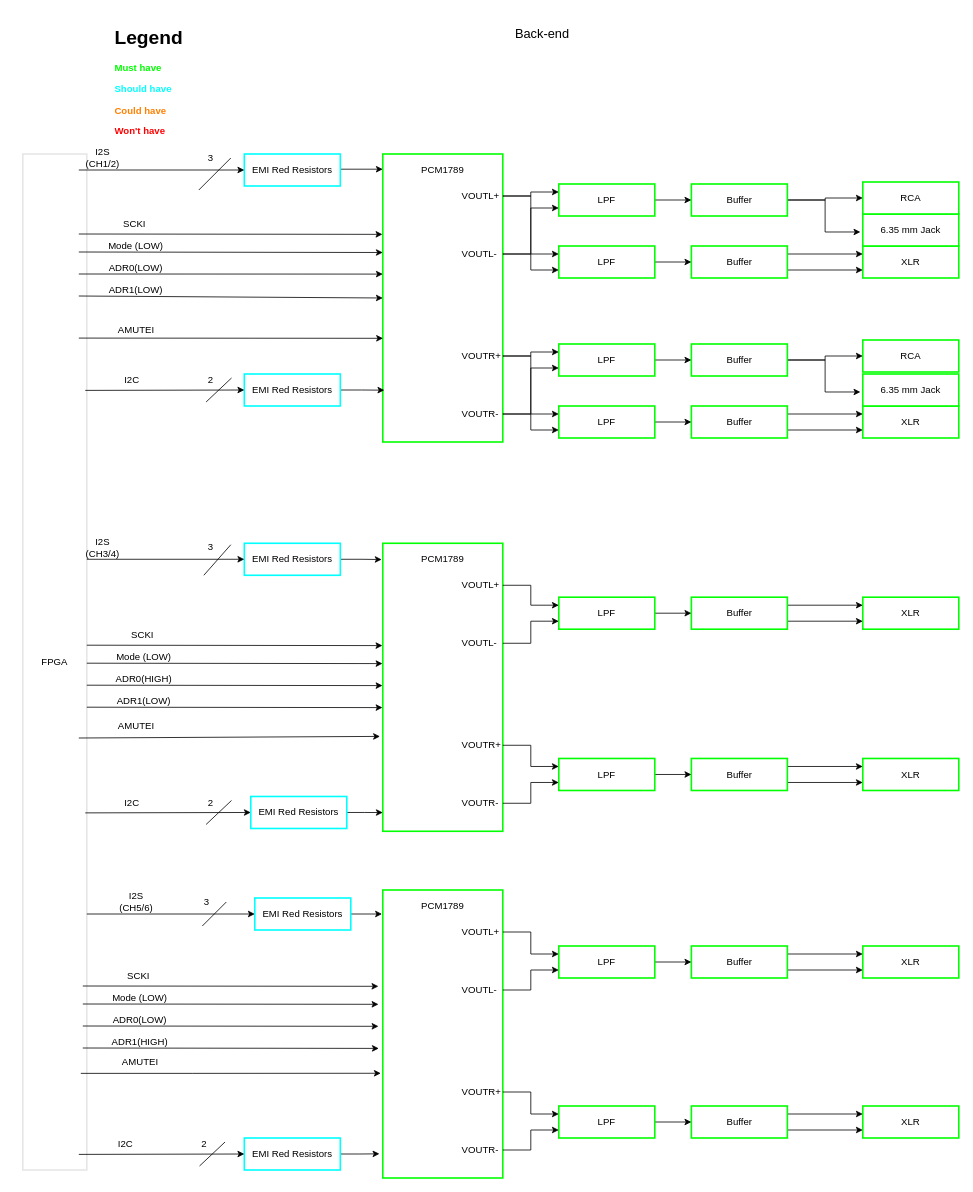
Above: page "Back-end" (1 of 3) of Block diagrams/System design/Back-end.drawio in HeinVerhallen/Audio-DSP (draw.io), before the change. Source tidied: cells renumbered, new cells numbered last; positions are measured from the earlier drawing's top-left corner, leaving out a move shared by most shapes. Both pictures are drawn from the tidied source at 80%, with x=0, y=0 at pixel (22, 22).
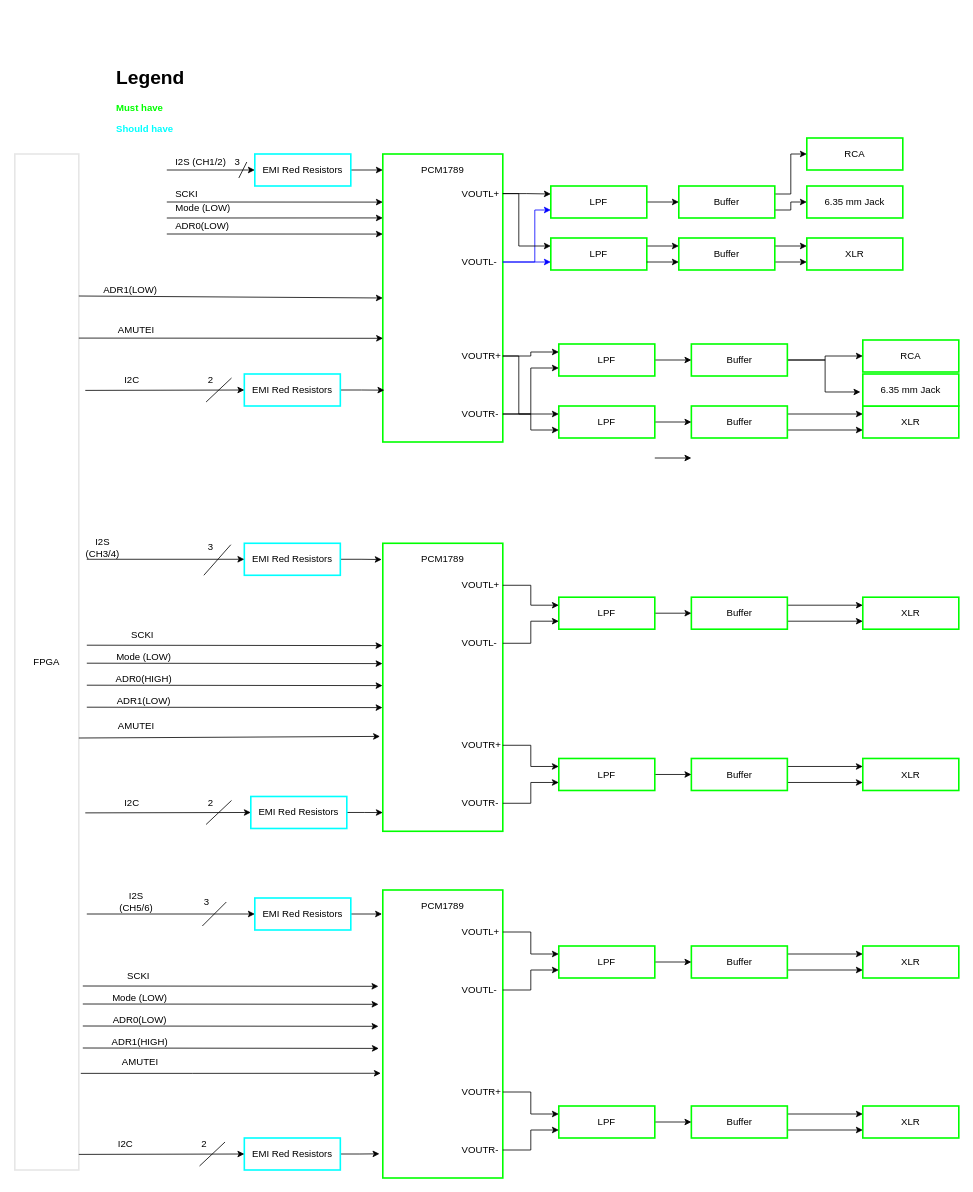
The same page after the edit.

Commit message:
Made some smal recomendations

Unchanged cells that the change refers to:
```xml
<mxCell id="5" value="&lt;div&gt;&lt;br&gt;&lt;br&gt;&lt;p class=&quot;MsoNormal&quot;&gt;&lt;br&gt;&lt;/p&gt;&lt;br&gt;&lt;/div&gt;" style="rounded=0;whiteSpace=wrap;html=1;strokeColor=#00FF00;strokeWidth=2;" parent="1" vertex="1">
  <mxGeometry x="450" y="165" width="150" height="360" as="geometry" />
</mxCell>
<mxCell id="89" value="LPF" style="rounded=0;whiteSpace=wrap;html=1;strokeColor=#00FF00;strokeWidth=2;" parent="1" vertex="1">
  <mxGeometry x="670" y="480" width="120" height="40" as="geometry" />
</mxCell>
<mxCell id="95" value="VOUTR+" style="text;html=1;strokeColor=none;fillColor=none;align=left;verticalAlign=middle;whiteSpace=wrap;rounded=0;" parent="1" vertex="1">
  <mxGeometry x="547" y="410" width="53" height="15" as="geometry" />
</mxCell>
```

Diff of the diagram source:
```diff
@@
-    <mxCell id="2" value="Back-end" style="text;html=1;strokeColor=none;fillColor=none;align=center;verticalAlign=middle;whiteSpace=wrap;rounded=0;dashed=1;fontSize=16;" parent="1" vertex="1">
-      <mxGeometry x="607" y="5" width="85" height="20" as="geometry" />
-    </mxCell>
-    <mxCell id="3" value="&lt;h1&gt;Legend&lt;/h1&gt;&lt;p&gt;&lt;font color=&quot;#00ff00&quot;&gt;&lt;b&gt;Must have&lt;/b&gt;&lt;/font&gt;&lt;/p&gt;&lt;p&gt;&lt;font color=&quot;#00ffff&quot;&gt;&lt;b&gt;Should have&lt;/b&gt;&lt;/font&gt;&lt;/p&gt;&lt;p&gt;&lt;font color=&quot;#ff8000&quot;&gt;&lt;b&gt;Could have&lt;/b&gt;&lt;/font&gt;&lt;/p&gt;&lt;p&gt;&lt;font color=&quot;#ff0000&quot;&gt;&lt;b&gt;Won't have&lt;/b&gt;&lt;/font&gt;&lt;/p&gt;" style="text;html=1;strokeColor=none;fillColor=none;spacing=5;spacingTop=-20;whiteSpace=wrap;overflow=hidden;rounded=0;" parent="1" vertex="1">
-      <mxGeometry x="110" width="100" height="155" as="geometry" />
+    <mxCell id="3" value="&lt;h1&gt;Legend&lt;/h1&gt;&lt;p&gt;&lt;font color=&quot;#00ff00&quot;&gt;&lt;b&gt;Must have&lt;/b&gt;&lt;/font&gt;&lt;/p&gt;&lt;p&gt;&lt;font color=&quot;#00ffff&quot;&gt;&lt;b&gt;Should have&lt;/b&gt;&lt;/font&gt;&lt;/p&gt;" style="text;html=1;strokeColor=none;fillColor=none;spacing=5;spacingTop=-20;whiteSpace=wrap;overflow=hidden;rounded=0;" parent="1" vertex="1">
+      <mxGeometry x="111.9" y="50" width="100" height="105" as="geometry" />
     </mxCell>
     <mxCell id="4" value="FPGA" style="text;html=1;strokeColor=#E6E6E6;fillColor=none;align=center;verticalAlign=middle;whiteSpace=wrap;rounded=0;strokeWidth=2;" parent="1" vertex="1">
-      <mxGeometry y="165" width="80" height="1270" as="geometry" />
+      <mxGeometry x="-10" y="165" width="80" height="1270" as="geometry" />
     </mxCell>
@@
     <mxCell id="6" style="edgeStyle=orthogonalEdgeStyle;rounded=0;jettySize=auto;html=1;fontColor=#000000;" parent="1" edge="1" source="7">
       <mxGeometry relative="1" as="geometry">
-        <mxPoint x="450" y="184" as="targetPoint" />
+        <mxPoint x="450" y="185" as="targetPoint" />
         <Array as="points">
           <mxPoint x="450" y="185" />
         </Array>
       </mxGeometry>
     </mxCell>
     <mxCell id="7" value="EMI Red Resistors" style="rounded=0;whiteSpace=wrap;html=1;strokeColor=#00FFFF;strokeWidth=2;" parent="1" vertex="1">
-      <mxGeometry x="276.9" y="165" width="120" height="40" as="geometry" />
+      <mxGeometry x="290" y="165" width="120" height="40" as="geometry" />
     </mxCell>
     <mxCell id="8" style="endArrow=classic;html=1;rounded=0;fontColor=#000000;entryX=0;entryY=0.5;entryDx=0;entryDy=0;" parent="1" edge="1" target="7">
       <mxGeometry relative="1" as="geometry">
-        <mxPoint x="70" y="185" as="sourcePoint" />
+        <mxPoint x="180" y="185" as="sourcePoint" />
       </mxGeometry>
     </mxCell>
-    <mxCell id="9" value="I2S (CH1/2)" style="text;html=1;strokeColor=none;fillColor=none;align=center;verticalAlign=middle;whiteSpace=wrap;rounded=0;fontColor=#000000;" parent="1" vertex="1">
-      <mxGeometry x="70" y="155" width="60" height="30" as="geometry" />
+    <mxCell id="9" value="I2S (CH1/2)" style="text;html=1;strokeColor=none;fillColor=none;align=left;verticalAlign=middle;whiteSpace=wrap;rounded=0;fontColor=#000000;" parent="1" vertex="1">
+      <mxGeometry x="189.4" y="165" width="70.6" height="20" as="geometry" />
     </mxCell>
-    <mxCell id="10" value="Mode (LOW)" style="text;html=1;strokeColor=none;fillColor=none;align=center;verticalAlign=middle;whiteSpace=wrap;rounded=0;fontColor=#000000;" parent="1" vertex="1">
-      <mxGeometry x="99.4" y="272.5" width="85" height="15" as="geometry" />
+    <mxCell id="10" value="Mode (LOW)" style="text;html=1;strokeColor=none;fillColor=none;align=left;verticalAlign=middle;whiteSpace=wrap;rounded=0;fontColor=#000000;" parent="1" vertex="1">
+      <mxGeometry x="189.4" y="225" width="85" height="15" as="geometry" />
     </mxCell>
-    <mxCell id="11" value="SCKI&amp;nbsp;" style="text;html=1;strokeColor=none;fillColor=none;align=center;verticalAlign=middle;whiteSpace=wrap;rounded=0;fontColor=#000000;" parent="1" vertex="1">
-      <mxGeometry x="99.4" y="245" width="85" height="15" as="geometry" />
+    <mxCell id="11" value="SCKI&amp;nbsp;" style="text;html=1;strokeColor=none;fillColor=none;align=left;verticalAlign=middle;whiteSpace=wrap;rounded=0;fontColor=#000000;" parent="1" vertex="1">
+      <mxGeometry x="189.4" y="205" width="85" height="20" as="geometry" />
     </mxCell>
@@
-    <mxCell id="20" value="ADR1(LOW)" style="text;html=1;strokeColor=none;fillColor=none;align=center;verticalAlign=middle;whiteSpace=wrap;rounded=0;fontColor=#000000;" parent="1" vertex="1">
+    <mxCell id="20" value="ADR1(LOW)" style="text;html=1;strokeColor=none;fillColor=none;align=left;verticalAlign=middle;whiteSpace=wrap;rounded=0;fontColor=#000000;" parent="1" vertex="1">
       <mxGeometry x="99.4" y="327.5" width="85" height="15" as="geometry" />
     </mxCell>
-    <mxCell id="21" value="ADR0(LOW)" style="text;html=1;strokeColor=none;fillColor=none;align=center;verticalAlign=middle;whiteSpace=wrap;rounded=0;fontColor=#000000;" parent="1" vertex="1">
-      <mxGeometry x="99.4" y="300" width="85" height="15" as="geometry" />
+    <mxCell id="21" value="ADR0(LOW)" style="text;html=1;strokeColor=none;fillColor=none;align=left;verticalAlign=middle;whiteSpace=wrap;rounded=0;fontColor=#000000;" parent="1" vertex="1">
+      <mxGeometry x="189.4" y="245" width="85" height="20" as="geometry" />
     </mxCell>
@@
-    <mxCell id="23" style="endArrow=classic;html=1;rounded=0;fontColor=#000000;entryX=-0.003;entryY=0.279;entryDx=0;entryDy=0;entryPerimeter=0;" parent="1" edge="1" target="5">
+    <mxCell id="23" style="endArrow=classic;html=1;rounded=0;fontColor=#000000;entryX=0;entryY=0.167;entryDx=0;entryDy=0;entryPerimeter=0;" parent="1" edge="1" target="5">
       <mxGeometry relative="1" as="geometry">
-        <mxPoint x="70" y="265" as="sourcePoint" />
+        <mxPoint x="180" y="225" as="sourcePoint" />
       </mxGeometry>
     </mxCell>
-    <mxCell id="24" style="endArrow=classic;html=1;rounded=0;fontColor=#000000;entryX=0;entryY=0.342;entryDx=0;entryDy=0;entryPerimeter=0;" parent="1" edge="1" target="5">
+    <mxCell id="24" style="endArrow=classic;html=1;rounded=0;fontColor=#000000;entryX=0;entryY=0.222;entryDx=0;entryDy=0;entryPerimeter=0;" parent="1" edge="1" target="5">
       <mxGeometry relative="1" as="geometry">
-        <mxPoint x="70" y="287.5" as="sourcePoint" />
+        <mxPoint x="180" y="245" as="sourcePoint" />
       </mxGeometry>
     </mxCell>
-    <mxCell id="25" style="endArrow=classic;html=1;rounded=0;fontColor=#000000;entryX=0;entryY=0.417;entryDx=0;entryDy=0;entryPerimeter=0;" parent="1" edge="1" target="5">
+    <mxCell id="25" style="endArrow=classic;html=1;rounded=0;fontColor=#000000;entryX=0;entryY=0.278;entryDx=0;entryDy=0;entryPerimeter=0;" parent="1" edge="1" target="5">
       <mxGeometry relative="1" as="geometry">
-        <mxPoint x="70" y="315" as="sourcePoint" />
+        <mxPoint x="180" y="265" as="sourcePoint" />
       </mxGeometry>
     </mxCell>
@@
     <mxCell id="65" style="endArrow=none;html=1;rounded=0;" parent="1" edge="1">
       <mxGeometry relative="1" as="geometry">
-        <mxPoint x="220" y="210" as="sourcePoint" />
-        <mxPoint x="260" y="170" as="targetPoint" />
+        <mxPoint x="270" y="195" as="sourcePoint" />
+        <mxPoint x="280" y="175" as="targetPoint" />
       </mxGeometry>
     </mxCell>
     <mxCell id="66" value="3" style="text;html=1;strokeColor=none;fillColor=none;align=center;verticalAlign=middle;whiteSpace=wrap;rounded=0;" parent="1" vertex="1">
-      <mxGeometry x="205" y="155" width="60" height="30" as="geometry" />
+      <mxGeometry x="260" y="165" width="16.9" height="20" as="geometry" />
     </mxCell>
@@
     <mxCell id="94" style="edgeStyle=orthogonalEdgeStyle;rounded=0;jettySize=auto;html=1;entryX=0;entryY=0.25;entryDx=0;entryDy=0;" parent="1" edge="1" source="95" target="89">
-      <mxGeometry relative="1" as="geometry" />
+      <mxGeometry relative="1" as="geometry">
+        <Array as="points">
+          <mxPoint x="620" y="417" />
+          <mxPoint x="620" y="490" />
+        </Array>
+      </mxGeometry>
     </mxCell>
@@
-    <mxCell id="97" style="edgeStyle=orthogonalEdgeStyle;rounded=0;jettySize=auto;html=1;fontColor=#000000;entryX=-0.025;entryY=0.562;entryDx=0;entryDy=0;entryPerimeter=0;" parent="1" edge="1" source="99" target="104">
-      <mxGeometry relative="1" as="geometry" />
+    <mxCell id="97" style="edgeStyle=orthogonalEdgeStyle;rounded=0;jettySize=auto;html=1;fontColor=#000000;entryX=0;entryY=0.5;entryDx=0;entryDy=0;exitX=1;exitY=0.75;exitDx=0;exitDy=0;" parent="1" edge="1" source="99" target="104">
+      <mxGeometry relative="1" as="geometry">
+        <Array as="points">
+          <mxPoint x="960" y="235" />
+          <mxPoint x="960" y="225" />
+        </Array>
+      </mxGeometry>
     </mxCell>
-    <mxCell id="98" style="edgeStyle=orthogonalEdgeStyle;rounded=0;jettySize=auto;html=1;entryX=0;entryY=0.5;entryDx=0;entryDy=0;fontColor=#000000;" parent="1" edge="1" source="99" target="105">
+    <mxCell id="98" style="edgeStyle=orthogonalEdgeStyle;rounded=0;jettySize=auto;html=1;entryX=0;entryY=0.5;entryDx=0;entryDy=0;fontColor=#000000;exitX=1;exitY=0.25;exitDx=0;exitDy=0;" parent="1" edge="1" source="99" target="105">
       <mxGeometry relative="1" as="geometry">
         <Array as="points">
-          <mxPoint x="1003" y="222" />
-          <mxPoint x="1003" y="220" />
+          <mxPoint x="960" y="215" />
+          <mxPoint x="960" y="165" />
         </Array>
       </mxGeometry>
     </mxCell>
     <mxCell id="99" value="Buffer" style="rounded=0;whiteSpace=wrap;html=1;strokeColor=#00FF00;strokeWidth=2;" parent="1" vertex="1">
-      <mxGeometry x="835.7" y="202.5" width="120" height="40" as="geometry" />
+      <mxGeometry x="820" y="205" width="120" height="40" as="geometry" />
     </mxCell>
@@
     <mxCell id="101" value="LPF" style="rounded=0;whiteSpace=wrap;html=1;strokeColor=#00FF00;strokeWidth=2;" parent="1" vertex="1">
-      <mxGeometry x="670" y="202.5" width="120" height="40" as="geometry" />
+      <mxGeometry x="660" y="205" width="120" height="40" as="geometry" />
     </mxCell>
@@
     <mxCell id="103" value="XLR" style="rounded=0;whiteSpace=wrap;html=1;strokeColor=#00FF00;strokeWidth=2;" parent="1" vertex="1">
-      <mxGeometry x="1050" y="280" width="120" height="40" as="geometry" />
+      <mxGeometry x="980" y="270" width="120" height="40" as="geometry" />
     </mxCell>
     <mxCell id="104" value="6.35 mm Jack" style="rounded=0;whiteSpace=wrap;html=1;strokeColor=#00FF00;strokeWidth=2;" parent="1" vertex="1">
-      <mxGeometry x="1050" y="240" width="120" height="40" as="geometry" />
+      <mxGeometry x="980" y="205" width="120" height="40" as="geometry" />
     </mxCell>
     <mxCell id="105" value="RCA" style="rounded=0;whiteSpace=wrap;html=1;strokeColor=#00FF00;strokeWidth=2;" parent="1" vertex="1">
-      <mxGeometry x="1050" y="200" width="120" height="40" as="geometry" />
+      <mxGeometry x="980" y="145" width="120" height="40" as="geometry" />
     </mxCell>
@@
     <mxCell id="109" value="Buffer" style="rounded=0;whiteSpace=wrap;html=1;strokeColor=#00FF00;strokeWidth=2;" parent="1" vertex="1">
-      <mxGeometry x="835.7" y="280" width="120" height="40" as="geometry" />
+      <mxGeometry x="820" y="270" width="120" height="40" as="geometry" />
     </mxCell>
-    <mxCell id="110" style="edgeStyle=orthogonalEdgeStyle;rounded=0;jettySize=auto;html=1;entryX=0;entryY=0.5;entryDx=0;entryDy=0;" parent="1" edge="1" source="111" target="109">
+    <mxCell id="110" style="edgeStyle=orthogonalEdgeStyle;rounded=0;jettySize=auto;html=1;entryX=0;entryY=0.25;entryDx=0;entryDy=0;exitX=1;exitY=0.25;exitDx=0;exitDy=0;" parent="1" edge="1" source="111" target="109">
       <mxGeometry relative="1" as="geometry" />
     </mxCell>
     <mxCell id="111" value="LPF" style="rounded=0;whiteSpace=wrap;html=1;strokeColor=#00FF00;strokeWidth=2;" parent="1" vertex="1">
-      <mxGeometry x="670" y="280" width="120" height="40" as="geometry" />
+      <mxGeometry x="660" y="270" width="120" height="40" as="geometry" />
     </mxCell>
-    <mxCell id="112" style="edgeStyle=orthogonalEdgeStyle;rounded=0;jettySize=auto;html=1;entryX=0;entryY=0.75;entryDx=0;entryDy=0;" parent="1" edge="1" source="114" target="101">
-      <mxGeometry relative="1" as="geometry" />
+    <mxCell id="112" style="edgeStyle=orthogonalEdgeStyle;rounded=0;jettySize=auto;html=1;entryX=0;entryY=0.75;entryDx=0;entryDy=0;strokeColor=#0000FF;" parent="1" edge="1" source="114" target="101">
+      <mxGeometry relative="1" as="geometry">
+        <Array as="points">
+          <mxPoint x="640" y="300" />
+          <mxPoint x="640" y="235" />
+        </Array>
+      </mxGeometry>
     </mxCell>
-    <mxCell id="113" style="edgeStyle=orthogonalEdgeStyle;rounded=0;jettySize=auto;html=1;entryX=0;entryY=0.75;entryDx=0;entryDy=0;" parent="1" edge="1" source="114" target="111">
+    <mxCell id="113" style="edgeStyle=orthogonalEdgeStyle;rounded=0;jettySize=auto;html=1;entryX=0;entryY=0.75;entryDx=0;entryDy=0;strokeColor=#0000FF;" parent="1" edge="1" source="114" target="111">
       <mxGeometry relative="1" as="geometry" />
     </mxCell>
     <mxCell id="114" value="VOUTL-" style="text;html=1;strokeColor=none;fillColor=none;align=left;verticalAlign=middle;whiteSpace=wrap;rounded=0;" parent="1" vertex="1">
-      <mxGeometry x="547" y="282.5" width="53" height="15" as="geometry" />
+      <mxGeometry x="547" y="292.5" width="53" height="15" as="geometry" />
     </mxCell>
@@
-    <mxCell id="116" style="edgeStyle=orthogonalEdgeStyle;rounded=0;jettySize=auto;html=1;entryX=0;entryY=0.25;entryDx=0;entryDy=0;" parent="1" edge="1" source="117" target="111">
-      <mxGeometry relative="1" as="geometry" />
+    <mxCell id="116" style="edgeStyle=orthogonalEdgeStyle;rounded=0;jettySize=auto;html=1;entryX=0;entryY=0.25;entryDx=0;entryDy=0;exitX=1;exitY=0.5;exitDx=0;exitDy=0;" parent="1" edge="1" source="117" target="111">
+      <mxGeometry relative="1" as="geometry">
+        <Array as="points">
+          <mxPoint x="620" y="214" />
+          <mxPoint x="620" y="280" />
+        </Array>
+      </mxGeometry>
     </mxCell>
     <mxCell id="117" value="VOUTL+" style="text;html=1;strokeColor=none;fillColor=none;align=left;verticalAlign=middle;whiteSpace=wrap;rounded=0;" parent="1" vertex="1">
-      <mxGeometry x="547" y="210" width="53" height="15" as="geometry" />
+      <mxGeometry x="547" y="207" width="53" height="15" as="geometry" />
     </mxCell>
@@
+    <mxCell id="162" style="edgeStyle=orthogonalEdgeStyle;rounded=0;jettySize=auto;html=1;entryX=0;entryY=0.75;entryDx=0;entryDy=0;exitX=1;exitY=0.75;exitDx=0;exitDy=0;" parent="1" edge="1" source="111" target="109">
+      <mxGeometry relative="1" as="geometry" />
+    </mxCell>
+    <mxCell id="163" style="edgeStyle=orthogonalEdgeStyle;rounded=0;orthogonalLoop=1;jettySize=auto;html=1;entryX=0;entryY=0.75;entryDx=0;entryDy=0;exitX=1;exitY=0.75;exitDx=0;exitDy=0;" parent="1" edge="1">
+      <mxGeometry relative="1" as="geometry">
+        <mxPoint x="790" y="545" as="sourcePoint" />
+        <mxPoint x="835.7" y="545" as="targetPoint" />
+      </mxGeometry>
+    </mxCell>
```
